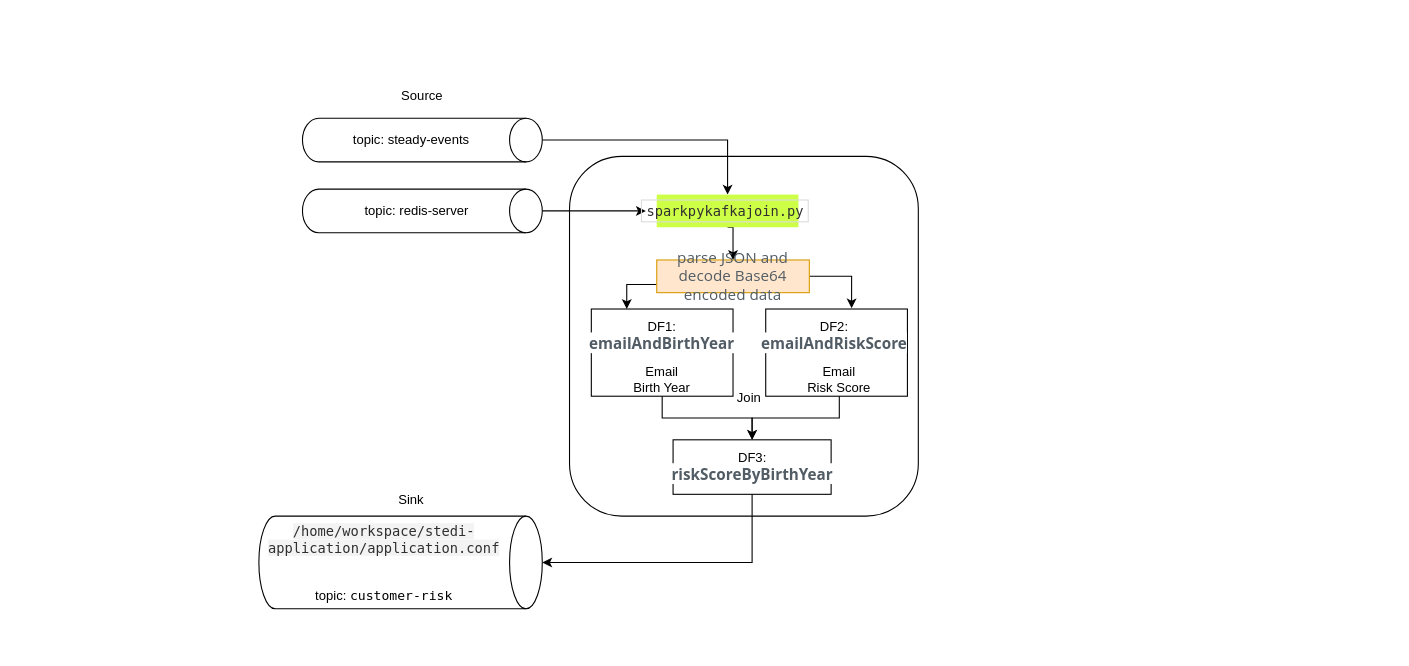
This is project/starter/images/Untitled Diagram.drawio from poobhat/nd029-c2-apache-spark-and-spark-streaming-starter, a draw.io file, before an edit. Source tidied: cells renumbered, new cells numbered last; positions are measured from the earlier drawing's top-left corner, leaving out a move shared by most shapes. Both pictures are drawn from the tidied source at 109%, with x=0, y=0 at pixel (313, 20). Pictures stored in the file or linked from it are replaced by grey dashed boxes.
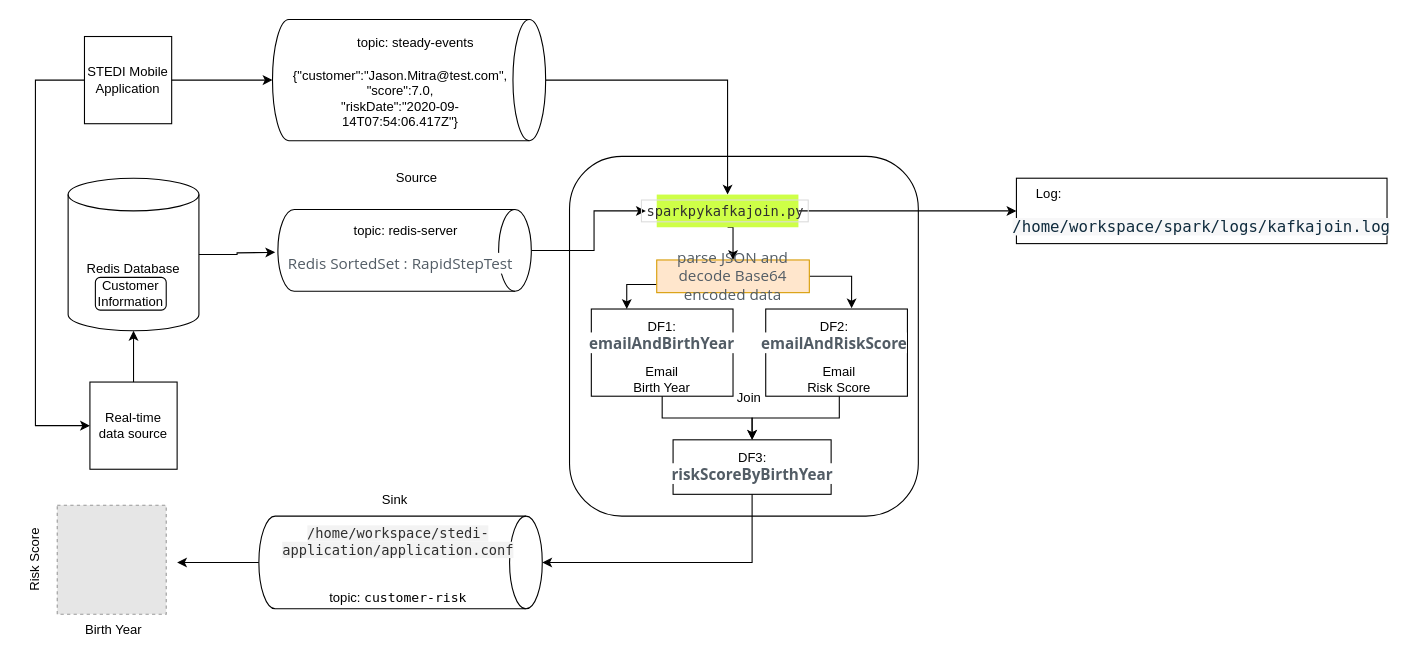
Above is the later version.

Unchanged cells that the change refers to:
```xml
<mxCell id="10" value="&lt;code style=&quot;box-sizing: border-box; font-family: menlo, monaco, consolas, &amp;quot;courier new&amp;quot;, monospace; font-size: 12.6px; padding: 2px 4px; color: rgb(48, 48, 48); border-radius: 0px; border: 1px solid rgb(220, 220, 220);&quot;&gt;sparkpykafkajoin.py&lt;/code&gt;&lt;span style=&quot;color: rgb(82, 92, 101); font-family: &amp;quot;open sans&amp;quot;; font-size: 14px;&quot;&gt;&amp;nbsp;&lt;/span&gt;" style="text;html=1;strokeColor=none;fillColor=#CEFF47;align=center;verticalAlign=middle;whiteSpace=wrap;rounded=0;labelBackgroundColor=none;" parent="1" vertex="1">
  <mxGeometry x="315" y="160" width="130" height="30" as="geometry" />
</mxCell>
<mxCell id="27" style="shape=cylinder3;whiteSpace=wrap;html=1;boundedLbl=1;backgroundOutline=1;size=15;rotation=90;" parent="1" vertex="1">
  <mxGeometry x="37.5" y="367.5" width="85" height="260" as="geometry" />
</mxCell>
```

What changed in the source:
```diff
@@
     <mxCell id="4" style="shape=cylinder3;whiteSpace=wrap;html=1;boundedLbl=1;backgroundOutline=1;size=15;rotation=90;" parent="1" vertex="1">
-      <mxGeometry x="80" y="65" width="40" height="220" as="geometry" />
+      <mxGeometry x="46.2" y="95" width="75" height="232.5" as="geometry" />
     </mxCell>
     <mxCell id="5" value="topic: redis-server" style="text;html=1;strokeColor=none;fillColor=none;align=center;verticalAlign=middle;whiteSpace=wrap;rounded=0;" parent="1" vertex="1">
-      <mxGeometry x="30" y="160" width="130" height="30" as="geometry" />
+      <mxGeometry x="20" y="178.8" width="130" height="30" as="geometry" />
     </mxCell>
@@
     <mxCell id="7" style="shape=cylinder3;whiteSpace=wrap;html=1;boundedLbl=1;backgroundOutline=1;size=15;rotation=90;" parent="1" vertex="1">
-      <mxGeometry x="80" width="40" height="220" as="geometry" />
+      <mxGeometry x="32.2" y="-70.3" width="111.2" height="250.6" as="geometry" />
     </mxCell>
     <mxCell id="8" value="topic: steady-events" style="text;html=1;strokeColor=none;fillColor=none;align=center;verticalAlign=middle;whiteSpace=wrap;rounded=0;" parent="1" vertex="1">
-      <mxGeometry x="25" y="95" width="130" height="30" as="geometry" />
+      <mxGeometry x="28.8" y="5.6" width="130" height="30" as="geometry" />
     </mxCell>
@@
+    <mxCell id="30" style="edgeStyle=orthogonalEdgeStyle;rounded=0;jettySize=auto;html=1;exitX=1;exitY=0.5;exitDx=0;exitDy=0;entryX=0;entryY=0.5;entryDx=0;entryDy=0;" parent="1" edge="1" source="10" target="32">
+      <mxGeometry relative="1" as="geometry" />
+    </mxCell>
@@
     <mxCell id="26" value="Source" style="text;html=1;strokeColor=none;fillColor=none;align=center;verticalAlign=middle;whiteSpace=wrap;rounded=0;labelBackgroundColor=none;" parent="1" vertex="1">
-      <mxGeometry x="70" y="55" width="60" height="30" as="geometry" />
+      <mxGeometry x="65" y="130" width="60" height="30" as="geometry" />
     </mxCell>
+    <mxCell id="31" style="edgeStyle=orthogonalEdgeStyle;rounded=0;jettySize=auto;html=1;" parent="1" edge="1" source="27">
+      <mxGeometry relative="1" as="geometry">
+        <mxPoint x="-125" y="497.5" as="targetPoint" />
+      </mxGeometry>
+    </mxCell>
@@
     <mxCell id="28" value="&lt;span style=&quot;color: rgb(48 , 48 , 48) ; font-family: &amp;#34;menlo&amp;#34; , &amp;#34;monaco&amp;#34; , &amp;#34;consolas&amp;#34; , &amp;#34;courier new&amp;#34; , monospace ; font-size: 12.6px ; background-color: rgb(243 , 243 , 243)&quot;&gt;/home/workspace/stedi-application/application.conf&lt;br&gt;&lt;/span&gt;&lt;br&gt;&lt;br&gt;topic:&amp;nbsp;&lt;span style=&quot;background-color: transparent ; color: inherit ; font-family: &amp;#34;menlo&amp;#34; , &amp;#34;monaco&amp;#34; , &amp;#34;consolas&amp;#34; , &amp;#34;courier new&amp;#34; , monospace ; font-size: inherit&quot;&gt;customer-risk&lt;/span&gt;" style="text;html=1;strokeColor=none;fillColor=none;align=center;verticalAlign=middle;whiteSpace=wrap;rounded=0;" parent="1" vertex="1">
-      <mxGeometry y="482.5" width="130" height="30" as="geometry" />
+      <mxGeometry x="13.4" y="485" width="130" height="30" as="geometry" />
     </mxCell>
     <mxCell id="29" value="Sink" style="text;html=1;strokeColor=none;fillColor=none;align=center;verticalAlign=middle;whiteSpace=wrap;rounded=0;labelBackgroundColor=none;" parent="1" vertex="1">
-      <mxGeometry x="60" y="425" width="60" height="30" as="geometry" />
+      <mxGeometry x="45" y="425" width="60" height="30" as="geometry" />
     </mxCell>
+    <mxCell id="32" style="rounded=0;whiteSpace=wrap;html=1;labelBackgroundColor=none;fillColor=none;" parent="1" vertex="1">
+      <mxGeometry x="645" y="145" width="340" height="60" as="geometry" />
+    </mxCell>
+    <mxCell id="33" value="Log:" style="text;html=1;strokeColor=none;fillColor=none;align=center;verticalAlign=middle;whiteSpace=wrap;rounded=0;labelBackgroundColor=none;" parent="1" vertex="1">
+      <mxGeometry x="645" y="145" width="60" height="30" as="geometry" />
+    </mxCell>
+    <mxCell id="34" value="&lt;span style=&quot;color: rgb(15 , 43 , 61) ; font-family: &amp;#34;menlo&amp;#34; , &amp;#34;monaco&amp;#34; , &amp;#34;consolas&amp;#34; , &amp;#34;courier new&amp;#34; , monospace ; font-size: 14.4px ; text-align: left ; background-color: rgb(247 , 247 , 248)&quot;&gt;/home/workspace/spark/logs/kafkajoin.log&lt;/span&gt;" style="text;html=1;strokeColor=none;fillColor=none;align=center;verticalAlign=middle;whiteSpace=wrap;rounded=0;labelBackgroundColor=none;" parent="1" vertex="1">
+      <mxGeometry x="655" y="175" width="320" height="30" as="geometry" />
+    </mxCell>
+    <mxCell id="35" value="&lt;span style=&quot;color: rgb(82 , 92 , 101) ; font-family: &amp;#34;open sans&amp;#34; ; font-size: 14px ; font-style: normal ; font-weight: 400 ; letter-spacing: normal ; text-align: left ; text-indent: 0px ; text-transform: none ; word-spacing: 0px ; background-color: rgb(255 , 255 , 255) ; display: inline ; float: none&quot;&gt;Redis SortedSet : RapidStepTest&lt;/span&gt;" style="text;whiteSpace=wrap;html=1;" parent="1" vertex="1">
+      <mxGeometry x="-25" y="208.8" width="240" height="30" as="geometry" />
+    </mxCell>
+    <mxCell id="36" style="edgeStyle=orthogonalEdgeStyle;rounded=0;jettySize=auto;html=1;entryX=0.5;entryY=1;entryDx=0;entryDy=0;entryPerimeter=0;" parent="1" edge="1" source="38" target="7">
+      <mxGeometry relative="1" as="geometry" />
+    </mxCell>
+    <mxCell id="37" style="edgeStyle=orthogonalEdgeStyle;rounded=0;jettySize=auto;html=1;exitX=0;exitY=0.5;exitDx=0;exitDy=0;entryX=0;entryY=0.5;entryDx=0;entryDy=0;" parent="1" edge="1" source="38" target="42">
+      <mxGeometry relative="1" as="geometry">
+        <Array as="points">
+          <mxPoint x="-255" y="55" />
+          <mxPoint x="-255" y="372" />
+        </Array>
+      </mxGeometry>
+    </mxCell>
+    <mxCell id="38" value="STEDI Mobile &lt;br&gt;Application" style="whiteSpace=wrap;html=1;labelBackgroundColor=none;fillColor=none;" parent="1" vertex="1">
+      <mxGeometry x="-210" y="15" width="80" height="80" as="geometry" />
+    </mxCell>
+    <mxCell id="39" style="edgeStyle=orthogonalEdgeStyle;rounded=0;jettySize=auto;html=1;exitX=1;exitY=0.5;exitDx=0;exitDy=0;exitPerimeter=0;" parent="1" edge="1" source="40">
+      <mxGeometry relative="1" as="geometry">
+        <mxPoint x="-35" y="213" as="targetPoint" />
+      </mxGeometry>
+    </mxCell>
+    <mxCell id="40" value="Redis Database" style="shape=cylinder3;whiteSpace=wrap;html=1;boundedLbl=1;backgroundOutline=1;size=15;labelBackgroundColor=none;fillColor=none;" parent="1" vertex="1">
+      <mxGeometry x="-225" y="145" width="120" height="140" as="geometry" />
+    </mxCell>
+    <mxCell id="41" style="edgeStyle=orthogonalEdgeStyle;rounded=0;jettySize=auto;html=1;entryX=0.5;entryY=1;entryDx=0;entryDy=0;entryPerimeter=0;" parent="1" edge="1" source="42" target="40">
+      <mxGeometry relative="1" as="geometry" />
+    </mxCell>
+    <mxCell id="42" value="Real-time data source" style="whiteSpace=wrap;html=1;labelBackgroundColor=none;fillColor=none;" parent="1" vertex="1">
+      <mxGeometry x="-205" y="332" width="80" height="80" as="geometry" />
+    </mxCell>
+    <mxCell id="43" value="Customer Information" style="text;html=1;strokeColor=default;fillColor=none;align=center;verticalAlign=middle;whiteSpace=wrap;rounded=1;labelBackgroundColor=none;" parent="1" vertex="1">
+      <mxGeometry x="-200" y="236" width="65" height="30" as="geometry" />
+    </mxCell>
+    <mxCell id="44" value="&lt;div&gt;{&quot;customer&quot;:&quot;Jason.Mitra@test.com&quot;,&lt;/div&gt;&lt;div&gt;&quot;score&quot;:7.0,&lt;/div&gt;&lt;div&gt;&quot;riskDate&quot;:&quot;2020-09-14T07:54:06.417Z&quot;}&lt;/div&gt;" style="text;html=1;strokeColor=none;fillColor=none;align=center;verticalAlign=middle;whiteSpace=wrap;rounded=0;labelBackgroundColor=none;" parent="1" vertex="1">
+      <mxGeometry x="50" y="56.9" width="60" height="30" as="geometry" />
+    </mxCell>
+    <mxCell id="45" style="fillColor=#E6E6E6;strokeColor=#999999;dashed=1;html=1;verticalAlign=top;verticalLabelPosition=bottom;labelBackgroundColor=#ffffff;" parent="1" vertex="1">
+      <mxGeometry x="-235" y="445" width="100" height="100" as="geometry" />
+    </mxCell>
+    <mxCell id="46" value="Birth Year" style="text;html=1;strokeColor=none;fillColor=none;align=center;verticalAlign=middle;whiteSpace=wrap;rounded=0;labelBackgroundColor=none;" parent="1" vertex="1">
+      <mxGeometry x="-213" y="545" width="60" height="30" as="geometry" />
+    </mxCell>
+    <mxCell id="47" value="Risk Score" style="text;html=1;strokeColor=none;fillColor=none;align=center;verticalAlign=middle;whiteSpace=wrap;rounded=0;labelBackgroundColor=none;rotation=-90;" parent="1" vertex="1">
+      <mxGeometry x="-310" y="480" width="110" height="30" as="geometry" />
+    </mxCell>
```
